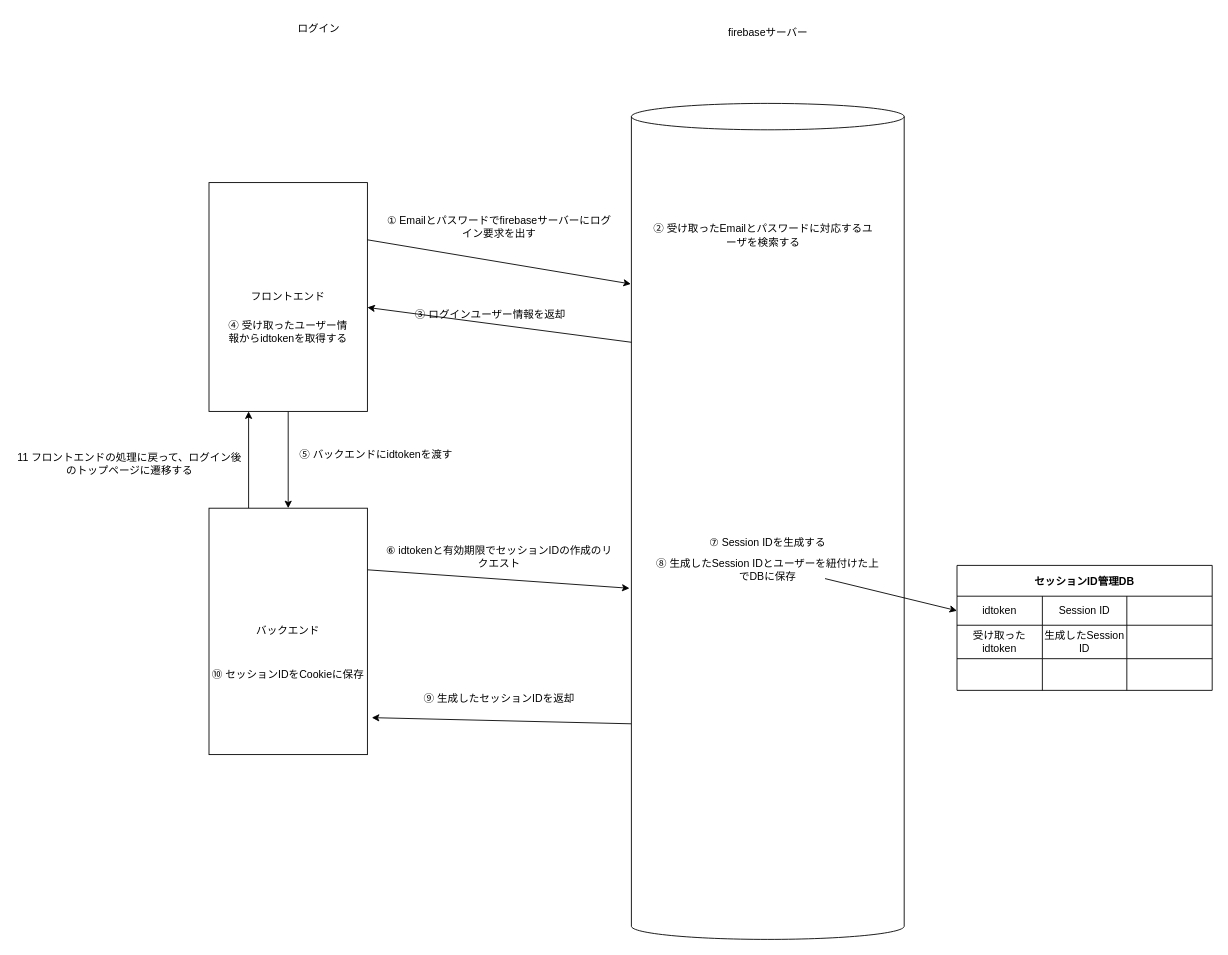
Above: survey/login-session.drawio in elletech/next_cookie (draw.io), before the change. Source tidied: cells renumbered, new cells numbered last; positions are measured from the earlier drawing's top-left corner, leaving out a move shared by most shapes. Both pictures are drawn from the tidied source at 88%, with x=0, y=0 at pixel (15, 15).
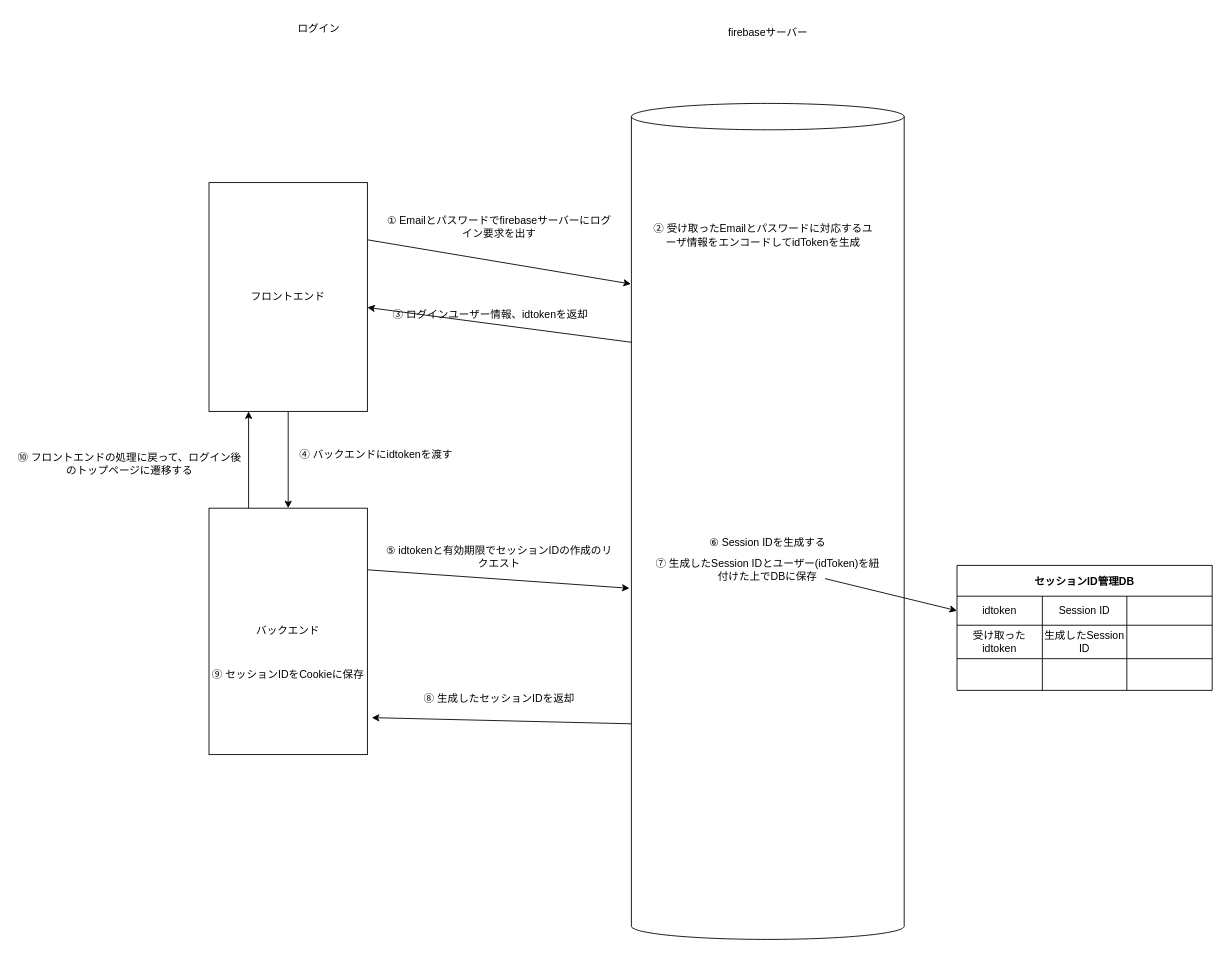
Above is the later version.

The edit, as a diff of the source:
```diff
@@
-    <mxCell id="14" value="② 受け取ったEmailとパスワードに対応するユーザを検索する" style="text;html=1;strokeColor=none;fillColor=none;align=center;verticalAlign=middle;whiteSpace=wrap;rounded=0;" parent="1" vertex="1">
+    <mxCell id="14" value="② 受け取ったEmailとパスワードに対応するユーザ情報をエンコードしてidTokenを生成" style="text;html=1;strokeColor=none;fillColor=none;align=center;verticalAlign=middle;whiteSpace=wrap;rounded=0;" parent="1" vertex="1">
       <mxGeometry x="720" y="240" width="260" height="20" as="geometry" />
     </mxCell>
-    <mxCell id="15" value="③ ログインユーザー情報を返却" style="text;html=1;strokeColor=none;fillColor=none;align=center;verticalAlign=middle;whiteSpace=wrap;rounded=0;" parent="1" vertex="1">
+    <mxCell id="15" value="③ ログインユーザー情報、idtokenを返却" style="text;html=1;strokeColor=none;fillColor=none;align=center;verticalAlign=middle;whiteSpace=wrap;rounded=0;" parent="1" vertex="1">
       <mxGeometry x="410" y="330" width="260" height="20" as="geometry" />
     </mxCell>
-    <mxCell id="16" value="④ 受け取ったユーザー情報からidtokenを取得する" style="text;html=1;strokeColor=none;fillColor=none;align=center;verticalAlign=middle;whiteSpace=wrap;rounded=0;" parent="1" vertex="1">
-      <mxGeometry x="240" y="350" width="140" height="20" as="geometry" />
-    </mxCell>
-    <mxCell id="17" value="⑤ バックエンドにidtokenを渡す" style="text;html=1;strokeColor=none;fillColor=none;align=center;verticalAlign=middle;whiteSpace=wrap;rounded=0;" parent="1" vertex="1">
+    <mxCell id="17" value="④ バックエンドにidtokenを渡す" style="text;html=1;strokeColor=none;fillColor=none;align=center;verticalAlign=middle;whiteSpace=wrap;rounded=0;" parent="1" vertex="1">
       <mxGeometry x="310" y="490" width="200" height="20" as="geometry" />
     </mxCell>
-    <mxCell id="18" value="⑥ idtokenと有効期限でセッションIDの作成のリクエスト" style="text;html=1;strokeColor=none;fillColor=none;align=center;verticalAlign=middle;whiteSpace=wrap;rounded=0;" parent="1" vertex="1">
+    <mxCell id="18" value="⑤ idtokenと有効期限でセッションIDの作成のリクエスト" style="text;html=1;strokeColor=none;fillColor=none;align=center;verticalAlign=middle;whiteSpace=wrap;rounded=0;" parent="1" vertex="1">
       <mxGeometry x="420" y="605" width="260" height="20" as="geometry" />
     </mxCell>
-    <mxCell id="19" value="⑦ Session IDを生成する" style="text;html=1;strokeColor=none;fillColor=none;align=center;verticalAlign=middle;whiteSpace=wrap;rounded=0;" parent="1" vertex="1">
+    <mxCell id="19" value="⑥ Session IDを生成する" style="text;html=1;strokeColor=none;fillColor=none;align=center;verticalAlign=middle;whiteSpace=wrap;rounded=0;" parent="1" vertex="1">
       <mxGeometry x="725" y="590" width="260" height="20" as="geometry" />
     </mxCell>
@@
-    <mxCell id="21" value="⑧ 生成したSession IDとユーザーを紐付けた上でDBに保存" style="text;html=1;strokeColor=none;fillColor=none;align=center;verticalAlign=middle;whiteSpace=wrap;rounded=0;" parent="1" vertex="1">
+    <mxCell id="21" value="⑦ 生成したSession IDとユーザー(idToken)を紐付けた上でDBに保存" style="text;html=1;strokeColor=none;fillColor=none;align=center;verticalAlign=middle;whiteSpace=wrap;rounded=0;" parent="1" vertex="1">
       <mxGeometry x="725" y="620" width="260" height="20" as="geometry" />
     </mxCell>
@@
-    <mxCell id="35" value="⑨ 生成したセッションIDを返却" style="text;html=1;strokeColor=none;fillColor=none;align=center;verticalAlign=middle;whiteSpace=wrap;rounded=0;" parent="1" vertex="1">
+    <mxCell id="35" value="⑧ 生成したセッションIDを返却" style="text;html=1;strokeColor=none;fillColor=none;align=center;verticalAlign=middle;whiteSpace=wrap;rounded=0;" parent="1" vertex="1">
       <mxGeometry x="420" y="767" width="260" height="20" as="geometry" />
     </mxCell>
-    <mxCell id="36" value="⑩ セッションIDをCookieに保存" style="text;html=1;strokeColor=none;fillColor=none;align=center;verticalAlign=middle;whiteSpace=wrap;rounded=0;" parent="1" vertex="1">
+    <mxCell id="36" value="⑨ セッションIDをCookieに保存" style="text;html=1;strokeColor=none;fillColor=none;align=center;verticalAlign=middle;whiteSpace=wrap;rounded=0;" parent="1" vertex="1">
       <mxGeometry x="180" y="740" width="260" height="20" as="geometry" />
     </mxCell>
-    <mxCell id="37" value="11 フロントエンドの処理に戻って、ログイン後のトップページに遷移する" style="text;html=1;strokeColor=none;fillColor=none;align=center;verticalAlign=middle;whiteSpace=wrap;rounded=0;" parent="1" vertex="1">
+    <mxCell id="37" value="⑩ フロントエンドの処理に戻って、ログイン後のトップページに遷移する" style="text;html=1;strokeColor=none;fillColor=none;align=center;verticalAlign=middle;whiteSpace=wrap;rounded=0;" parent="1" vertex="1">
       <mxGeometry y="500" width="260" height="20" as="geometry" />
     </mxCell>
```
